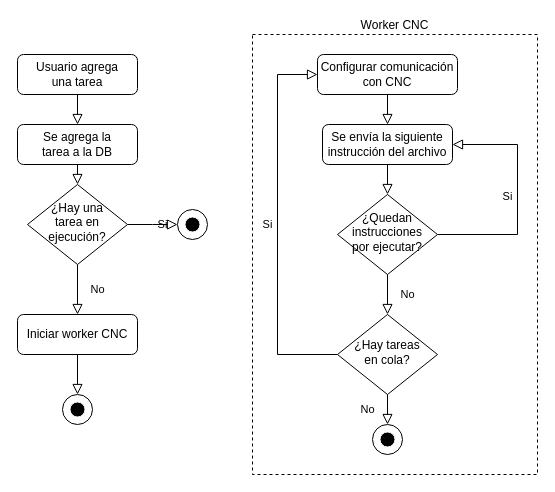
Before: docs/design/flowcharts/cnc-worker.drawio in Leandro-Bertoluzzi/remote-cnc, a draw.io diagram. Source tidied: cells renumbered, new cells numbered last; positions are measured from the earlier drawing's top-left corner, leaving out a move shared by most shapes. Both pictures are drawn from the tidied source at 100%, with x=0, y=0 at pixel (17, 34).
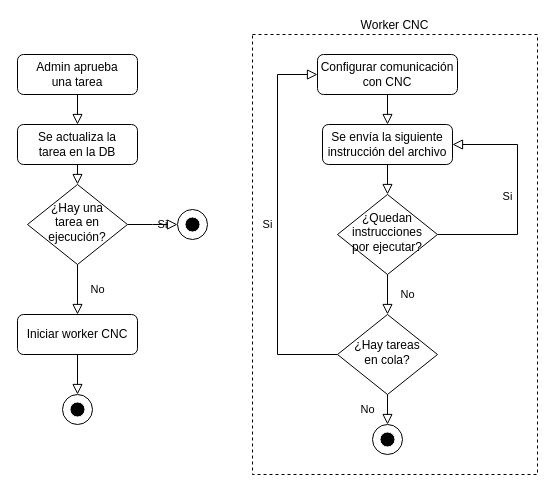
After the change.

The edit, as a diff of the source:
```diff
@@
-    <mxCell id="4" value="Usuario agrega&lt;br&gt;una tarea" style="rounded=1;whiteSpace=wrap;html=1;fontSize=12;glass=0;strokeWidth=1;shadow=0;" parent="1" vertex="1">
+    <mxCell id="4" value="Admin aprueba&lt;br&gt;una tarea" style="rounded=1;whiteSpace=wrap;html=1;fontSize=12;glass=0;strokeWidth=1;shadow=0;" parent="1" vertex="1">
       <mxGeometry y="20" width="120" height="40" as="geometry" />
     </mxCell>
@@
-    <mxCell id="11" value="Se agrega la&lt;br&gt;tarea a la DB" style="rounded=1;whiteSpace=wrap;html=1;fontSize=12;glass=0;strokeWidth=1;shadow=0;" parent="1" vertex="1">
+    <mxCell id="11" value="Se actualiza la&lt;br&gt;tarea en la DB" style="rounded=1;whiteSpace=wrap;html=1;fontSize=12;glass=0;strokeWidth=1;shadow=0;" parent="1" vertex="1">
       <mxGeometry y="90" width="120" height="40" as="geometry" />
     </mxCell>
```
